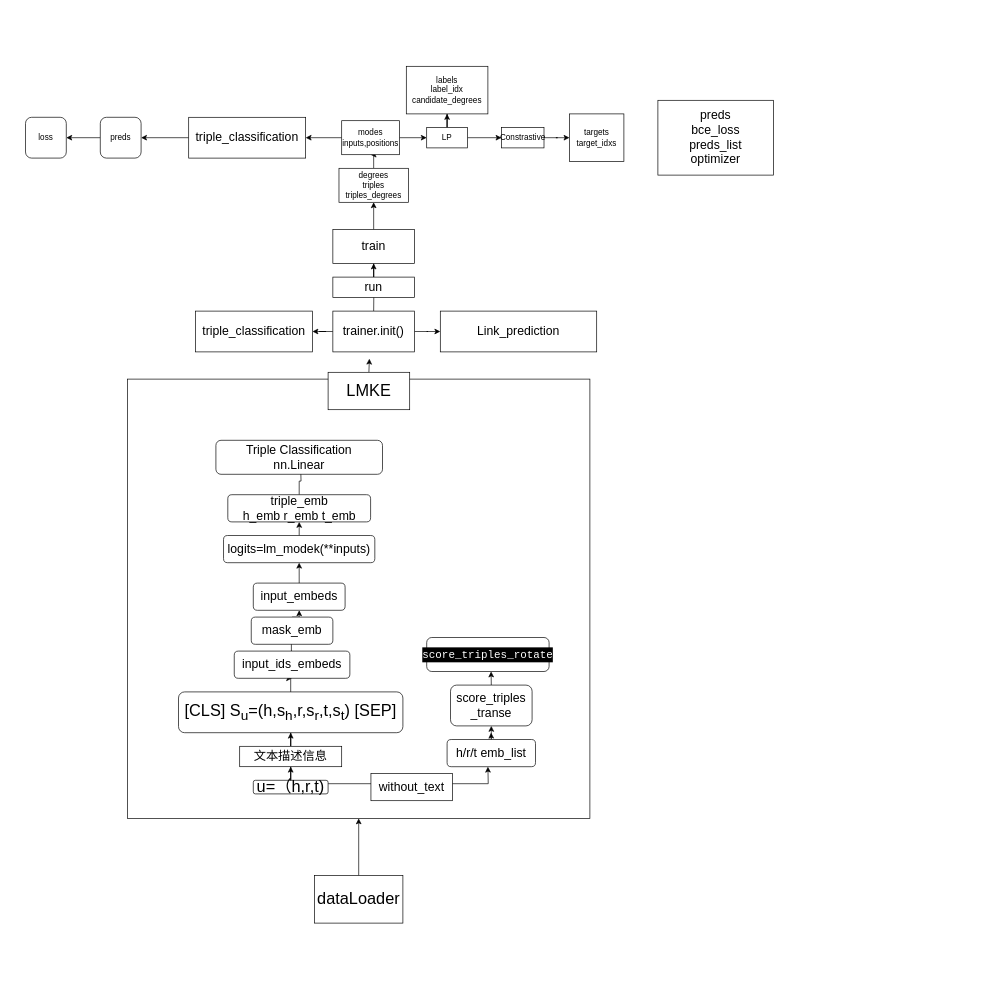
The draw.io diagram LMKE.drawio in pyddyp/dealPicture, before the edit. Source tidied: cells renumbered, new cells numbered last; positions are measured from the earlier drawing's top-left corner, leaving out a move shared by most shapes. Both pictures are drawn from the tidied source at 68%, with x=0, y=0 at pixel (25, 66).
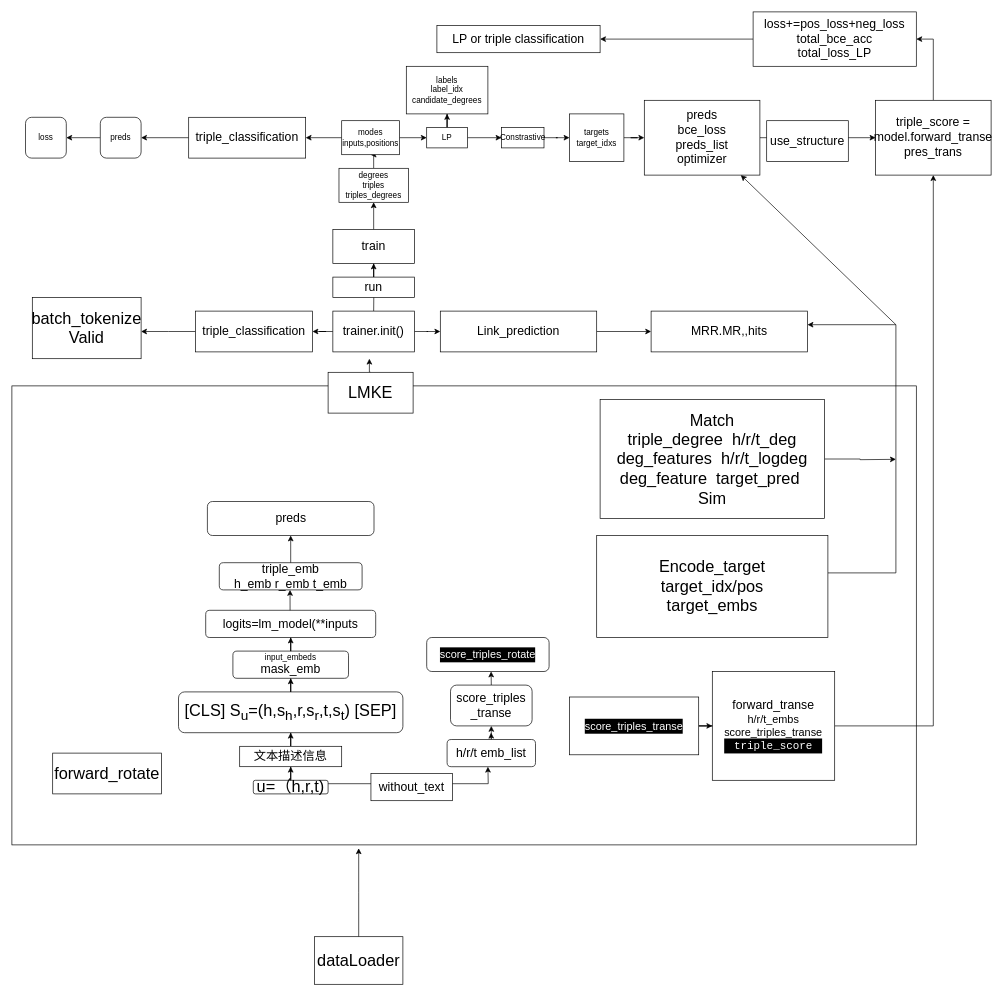
The same diagram, later.

Unchanged cells that the change refers to:
```xml
<mxCell id="34" value="targets&lt;br&gt;target_idxs" style="whiteSpace=wrap;html=1;rounded=0;" parent="1" vertex="1">
  <mxGeometry x="800" y="70" width="80" height="70" as="geometry" />
</mxCell>
<mxCell id="47" value="&lt;span style=&quot;font-size: 18px;&quot;&gt;triple_classification&lt;/span&gt;" style="rounded=0;whiteSpace=wrap;html=1;" parent="1" vertex="1">
  <mxGeometry x="250" y="360" width="172" height="60" as="geometry" />
</mxCell>
<mxCell id="48" value="&lt;span style=&quot;font-size: 18px;&quot;&gt;Link_prediction&lt;/span&gt;" style="rounded=0;whiteSpace=wrap;html=1;" parent="1" vertex="1">
  <mxGeometry x="610" y="360" width="230" height="60" as="geometry" />
</mxCell>
```

The edit, as a diff of the source:
```diff
@@
-    <mxCell id="2" style="rounded=0;whiteSpace=wrap;html=1;" parent="1" vertex="1">
-      <mxGeometry x="150" y="460" width="680" height="646" as="geometry" />
-    </mxCell>
+    <mxCell id="60" style="rounded=0;whiteSpace=wrap;html=1;" parent="1" vertex="1">
+      <mxGeometry x="-20" y="470" width="1330" height="675" as="geometry" />
+    </mxCell>
@@
-    <mxCell id="10" style="edgeStyle=orthogonalEdgeStyle;rounded=0;jettySize=auto;html=1;exitX=0.5;exitY=0;exitDx=0;exitDy=0;" parent="1" edge="1" source="11">
-      <mxGeometry relative="1" as="geometry">
-        <mxPoint x="391" y="830" as="targetPoint" />
-      </mxGeometry>
-    </mxCell>
-    <mxCell id="11" value="&lt;span style=&quot;font-size: 18px;&quot;&gt;input_ids_embeds&lt;/span&gt;" style="rounded=1;whiteSpace=wrap;html=1;" parent="1" vertex="1">
-      <mxGeometry x="307" y="860" width="170" height="40" as="geometry" />
+    <mxCell id="11" value="input_embeds&lt;br&gt;&lt;span style=&quot;font-size: 18px;&quot;&gt;mask_emb&lt;/span&gt;&lt;span style=&quot;font-size: 18px;&quot;&gt;&lt;br&gt;&lt;/span&gt;" style="rounded=1;whiteSpace=wrap;html=1;" parent="1" vertex="1">
+      <mxGeometry x="305" y="860" width="170" height="40" as="geometry" />
     </mxCell>
-    <mxCell id="12" style="edgeStyle=orthogonalEdgeStyle;rounded=0;jettySize=auto;html=1;exitX=0.5;exitY=0;exitDx=0;exitDy=0;entryX=0.5;entryY=1;entryDx=0;entryDy=0;" parent="1" edge="1" source="13" target="14">
-      <mxGeometry relative="1" as="geometry" />
-    </mxCell>
-    <mxCell id="13" value="&lt;font style=&quot;font-size: 18px;&quot;&gt;mask_emb&lt;/font&gt;" style="rounded=1;whiteSpace=wrap;html=1;" parent="1" vertex="1">
-      <mxGeometry x="332" y="810" width="120" height="40" as="geometry" />
-    </mxCell>
-    <mxCell id="14" value="&lt;font style=&quot;font-size: 18px;&quot;&gt;input_embeds&lt;/font&gt;" style="rounded=1;whiteSpace=wrap;html=1;" parent="1" vertex="1">
-      <mxGeometry x="335" y="760" width="135" height="40" as="geometry" />
-    </mxCell>
-    <mxCell id="15" style="edgeStyle=orthogonalEdgeStyle;rounded=0;jettySize=auto;html=1;" parent="1" edge="1" source="16" target="18">
-      <mxGeometry relative="1" as="geometry" />
-    </mxCell>
-    <mxCell id="16" value="&lt;font style=&quot;font-size: 18px;&quot;&gt;logits=lm_modek(**inputs)&lt;/font&gt;" style="rounded=1;whiteSpace=wrap;html=1;" parent="1" vertex="1">
-      <mxGeometry x="291.2" y="690" width="222.5" height="40" as="geometry" />
-    </mxCell>
-    <mxCell id="17" style="edgeStyle=orthogonalEdgeStyle;rounded=0;jettySize=auto;html=1;exitX=0.5;exitY=0;exitDx=0;exitDy=0;" parent="1" edge="1" source="18">
-      <mxGeometry relative="1" as="geometry">
-        <mxPoint x="404.7" y="590" as="targetPoint" />
-      </mxGeometry>
-    </mxCell>
     <mxCell id="18" value="&lt;font style=&quot;font-size: 18px;&quot;&gt;triple_emb&lt;br&gt;h_emb r_emb t_emb&lt;/font&gt;" style="rounded=1;whiteSpace=wrap;html=1;" parent="1" vertex="1">
-      <mxGeometry x="297.5" y="630" width="210" height="40" as="geometry" />
+      <mxGeometry x="285" y="730" width="210" height="40" as="geometry" />
     </mxCell>
-    <mxCell id="19" style="endArrow=classic;html=1;rounded=0;exitX=0.5;exitY=0;exitDx=0;exitDy=0;entryX=0.5;entryY=1;entryDx=0;entryDy=0;" parent="1" edge="1" source="14" target="16">
-      <mxGeometry relative="1" as="geometry" />
-    </mxCell>
-    <mxCell id="20" value="&lt;font style=&quot;font-size: 18px;&quot;&gt;Triple Classification&lt;br&gt;nn.Linear&lt;/font&gt;" style="rounded=1;whiteSpace=wrap;html=1;" parent="1" vertex="1">
-      <mxGeometry x="280" y="550" width="245" height="50" as="geometry" />
+    <mxCell id="20" value="&lt;span style=&quot;font-size: 18px;&quot;&gt;preds&lt;/span&gt;" style="rounded=1;whiteSpace=wrap;html=1;" parent="1" vertex="1">
+      <mxGeometry x="267.5" y="640" width="245" height="50" as="geometry" />
     </mxCell>
@@
-    <mxCell id="27" value="&lt;div style=&quot;color: rgb(255, 255, 255); background-color: rgb(0, 0, 0); font-family: Consolas, &amp;quot;Courier New&amp;quot;, monospace; font-size: 16px; line-height: 22px;&quot;&gt;score_triples_rotate&lt;/div&gt;" style="rounded=1;whiteSpace=wrap;html=1;" parent="1" vertex="1">
+    <mxCell id="27" value="&lt;div style=&quot;color: rgb(255, 255, 255); background-color: rgb(0, 0, 0); font-size: 16px; line-height: 22px;&quot;&gt;score_triples_rotate&lt;/div&gt;" style="rounded=1;whiteSpace=wrap;html=1;" parent="1" vertex="1">
       <mxGeometry x="590" y="840" width="180" height="50" as="geometry" />
     </mxCell>
@@
+    <mxCell id="61" style="edgeStyle=orthogonalEdgeStyle;rounded=0;jettySize=auto;html=1;" parent="1" edge="1" source="34" target="40">
+      <mxGeometry relative="1" as="geometry" />
+    </mxCell>
@@
     <mxCell id="39" value="&lt;font style=&quot;font-size: 24px;&quot;&gt;LMKE&lt;/font&gt;" style="rounded=0;whiteSpace=wrap;html=1;" parent="1" vertex="1">
-      <mxGeometry x="445" y="450" width="120" height="55" as="geometry" />
+      <mxGeometry x="445" y="450" width="125" height="60" as="geometry" />
     </mxCell>
+    <mxCell id="62" style="edgeStyle=orthogonalEdgeStyle;rounded=0;jettySize=auto;html=1;" parent="1" edge="1" source="40" target="74">
+      <mxGeometry relative="1" as="geometry" />
+    </mxCell>
     <mxCell id="40" value="&lt;font style=&quot;font-size: 18px;&quot;&gt;preds&lt;br&gt;bce_loss&lt;br&gt;preds_list&lt;br&gt;optimizer&lt;br&gt;&lt;/font&gt;" style="rounded=0;whiteSpace=wrap;html=1;" parent="1" vertex="1">
-      <mxGeometry x="930" y="50" width="170" height="110" as="geometry" />
+      <mxGeometry x="910" y="50" width="170" height="110" as="geometry" />
     </mxCell>
@@
-    <mxCell id="45" style="edgeStyle=orthogonalEdgeStyle;rounded=0;jettySize=auto;html=1;entryX=0.5;entryY=1;entryDx=0;entryDy=0;" parent="1" edge="1" source="46" target="2">
-      <mxGeometry relative="1" as="geometry" />
+    <mxCell id="45" style="edgeStyle=orthogonalEdgeStyle;rounded=0;jettySize=auto;html=1;" parent="1" edge="1" source="46">
+      <mxGeometry relative="1" as="geometry">
+        <mxPoint x="490" y="1150" as="targetPoint" />
+      </mxGeometry>
     </mxCell>
     <mxCell id="46" value="&lt;font style=&quot;font-size: 24px;&quot;&gt;dataLoader&lt;/font&gt;" style="rounded=0;whiteSpace=wrap;html=1;" parent="1" vertex="1">
-      <mxGeometry x="425" y="1190" width="130" height="70" as="geometry" />
+      <mxGeometry x="425" y="1280" width="130" height="70" as="geometry" />
     </mxCell>
+    <mxCell id="63" style="edgeStyle=orthogonalEdgeStyle;rounded=0;jettySize=auto;html=1;" parent="1" edge="1" source="47">
+      <mxGeometry relative="1" as="geometry">
+        <mxPoint x="170" y="390" as="targetPoint" />
+      </mxGeometry>
+    </mxCell>
@@
+    <mxCell id="64" style="edgeStyle=orthogonalEdgeStyle;rounded=0;jettySize=auto;html=1;" parent="1" edge="1" source="48" target="69">
+      <mxGeometry relative="1" as="geometry" />
+    </mxCell>
@@
+    <mxCell id="65" style="edgeStyle=orthogonalEdgeStyle;rounded=0;jettySize=auto;html=1;" parent="1" edge="1" source="66" target="67">
+      <mxGeometry relative="1" as="geometry" />
+    </mxCell>
+    <mxCell id="66" value="&lt;font style=&quot;font-size: 18px;&quot;&gt;loss+=pos_loss+neg_loss&lt;br&gt;total_bce_acc&lt;br&gt;total_loss_LP&lt;br&gt;&lt;/font&gt;" style="rounded=0;whiteSpace=wrap;html=1;" parent="1" vertex="1">
+      <mxGeometry x="1070" y="-80" width="240" height="80" as="geometry" />
+    </mxCell>
+    <mxCell id="67" value="&lt;font style=&quot;font-size: 18px;&quot;&gt;LP or triple classification&lt;br&gt;&lt;/font&gt;" style="rounded=0;whiteSpace=wrap;html=1;" parent="1" vertex="1">
+      <mxGeometry x="605" y="-60" width="240" height="40" as="geometry" />
+    </mxCell>
+    <mxCell id="68" value="&lt;font style=&quot;&quot;&gt;&lt;div style=&quot;font-size: 16px; color: rgb(255, 255, 255); background-color: rgb(0, 0, 0); font-family: Consolas, &amp;quot;Courier New&amp;quot;, monospace; line-height: 22px;&quot;&gt;&lt;/div&gt;&lt;span style=&quot;font-size: 24px;&quot;&gt;batch_tokenize&lt;br&gt;Valid&lt;/span&gt;&lt;/font&gt;" style="whiteSpace=wrap;html=1;" parent="1" vertex="1">
+      <mxGeometry x="10" y="340" width="160" height="90" as="geometry" />
+    </mxCell>
+    <mxCell id="69" value="&lt;span style=&quot;font-size: 18px;&quot;&gt;MRR.MR,,hits&lt;/span&gt;" style="rounded=0;whiteSpace=wrap;html=1;" parent="1" vertex="1">
+      <mxGeometry x="920" y="360" width="230" height="60" as="geometry" />
+    </mxCell>
+    <mxCell id="70" style="edgeStyle=orthogonalEdgeStyle;rounded=0;jettySize=auto;html=1;" parent="1" edge="1" source="11" target="14">
+      <mxGeometry relative="1" as="geometry" />
+    </mxCell>
+    <mxCell id="14" value="&lt;span style=&quot;font-size: 18px;&quot;&gt;logits=lm_model(**inputs&lt;/span&gt;" style="rounded=1;whiteSpace=wrap;html=1;" parent="1" vertex="1">
+      <mxGeometry x="265" y="800" width="250" height="40" as="geometry" />
+    </mxCell>
+    <mxCell id="71" style="endArrow=classic;html=1;rounded=0;" parent="1" edge="1">
+      <mxGeometry relative="1" as="geometry">
+        <mxPoint x="389.1" y="800" as="sourcePoint" />
+        <mxPoint x="389" y="770" as="targetPoint" />
+      </mxGeometry>
+    </mxCell>
+    <mxCell id="72" style="endArrow=classic;html=1;rounded=0;exitX=0.5;exitY=0;exitDx=0;exitDy=0;" parent="1" edge="1" source="18">
+      <mxGeometry relative="1" as="geometry">
+        <mxPoint x="390" y="690" as="targetPoint" />
+      </mxGeometry>
+    </mxCell>
+    <mxCell id="73" style="edgeStyle=orthogonalEdgeStyle;rounded=0;jettySize=auto;html=1;entryX=1;entryY=0.5;entryDx=0;entryDy=0;fontFamily=Helvetica;fontSize=12;fontColor=default;" parent="1" edge="1" source="74" target="66">
+      <mxGeometry relative="1" as="geometry" />
+    </mxCell>
+    <mxCell id="74" value="&lt;font style=&quot;font-size: 18px;&quot;&gt;&lt;div style=&quot;&quot;&gt;triple_score = model.forward_transe&lt;/div&gt;&lt;div style=&quot;&quot;&gt;pres_trans&lt;/div&gt;&lt;/font&gt;" style="rounded=0;whiteSpace=wrap;html=1;" parent="1" vertex="1">
+      <mxGeometry x="1250" y="50" width="170" height="110" as="geometry" />
+    </mxCell>
+    <mxCell id="75" value="&lt;font style=&quot;font-size: 18px;&quot;&gt;use_structure&lt;/font&gt;" style="rounded=0;whiteSpace=wrap;html=1;" parent="1" vertex="1">
+      <mxGeometry x="1090" y="80" width="120" height="60" as="geometry" />
+    </mxCell>
+    <mxCell id="76" style="edgeStyle=orthogonalEdgeStyle;rounded=0;jettySize=auto;html=1;fontFamily=Helvetica;fontSize=12;fontColor=default;" parent="1" edge="1" source="77" target="74">
+      <mxGeometry relative="1" as="geometry" />
+    </mxCell>
+    <mxCell id="77" value="&lt;div&gt;&lt;font style=&quot;font-size: 18px;&quot;&gt;forward_transe&lt;/font&gt;&lt;/div&gt;&lt;div&gt;&lt;font size=&quot;3&quot;&gt;h/r/t_embs&lt;/font&gt;&lt;/div&gt;&lt;div&gt;&lt;font size=&quot;3&quot;&gt;score_triples_transe&lt;/font&gt;&lt;/div&gt;&lt;div&gt;&lt;div style=&quot;color: rgb(255, 255, 255); background-color: rgb(0, 0, 0); font-family: Consolas, &amp;quot;Courier New&amp;quot;, monospace; font-size: 16px; line-height: 22px;&quot;&gt;triple_score&lt;/div&gt;&lt;/div&gt;" style="rounded=0;whiteSpace=wrap;html=1;" parent="1" vertex="1">
+      <mxGeometry x="1010" y="890" width="180" height="160" as="geometry" />
+    </mxCell>
+    <mxCell id="78" style="edgeStyle=orthogonalEdgeStyle;rounded=0;jettySize=auto;html=1;fontFamily=Helvetica;fontSize=12;fontColor=default;" parent="1" edge="1" source="79" target="77">
+      <mxGeometry relative="1" as="geometry" />
+    </mxCell>
+    <mxCell id="79" value="&lt;div style=&quot;color: rgb(255, 255, 255); background-color: rgb(0, 0, 0); font-size: 16px; line-height: 22px;&quot;&gt;score_triples_transe&lt;/div&gt;" style="rounded=0;whiteSpace=wrap;html=1;strokeColor=default;fontFamily=Helvetica;fontSize=12;fontColor=default;fillColor=default;" parent="1" vertex="1">
+      <mxGeometry x="800" y="927.5" width="190" height="85" as="geometry" />
+    </mxCell>
+    <mxCell id="80" value="&lt;font style=&quot;font-size: 24px;&quot;&gt;forward_rotate&lt;/font&gt;" style="rounded=0;whiteSpace=wrap;html=1;strokeColor=default;fontFamily=Helvetica;fontSize=12;fontColor=default;fillColor=default;" parent="1" vertex="1">
+      <mxGeometry x="40" y="1010" width="160" height="60" as="geometry" />
+    </mxCell>
+    <mxCell id="81" style="edgeStyle=orthogonalEdgeStyle;rounded=0;jettySize=auto;html=1;fontFamily=Helvetica;fontSize=12;fontColor=default;" parent="1" edge="1" source="82" target="69">
+      <mxGeometry relative="1" as="geometry">
+        <Array as="points">
+          <mxPoint x="1280" y="745" />
+          <mxPoint x="1280" y="380" />
+        </Array>
+      </mxGeometry>
+    </mxCell>
+    <mxCell id="82" value="&lt;font style=&quot;font-size: 24px;&quot;&gt;Encode_target&lt;br&gt;target_idx/pos&lt;br&gt;target_embs&lt;br&gt;&lt;/font&gt;" style="rounded=0;whiteSpace=wrap;html=1;strokeColor=default;fontFamily=Helvetica;fontSize=12;fontColor=default;fillColor=default;" parent="1" vertex="1">
+      <mxGeometry x="840" y="690" width="340" height="150" as="geometry" />
+    </mxCell>
+    <mxCell id="83" style="edgeStyle=orthogonalEdgeStyle;rounded=0;jettySize=auto;html=1;fontFamily=Helvetica;fontSize=12;fontColor=default;" parent="1" edge="1" source="84">
+      <mxGeometry relative="1" as="geometry">
+        <mxPoint x="1280" y="578" as="targetPoint" />
+      </mxGeometry>
+    </mxCell>
+    <mxCell id="84" value="&lt;font style=&quot;&quot;&gt;&lt;font style=&quot;font-size: 24px;&quot;&gt;&lt;font style=&quot;&quot;&gt;Match&lt;br&gt;triple_degree&amp;nbsp; h/r/t_deg deg_features&amp;nbsp; h/r/t_logdeg&lt;br&gt;&lt;/font&gt;deg_feature&amp;nbsp; target_pred&amp;nbsp;&lt;br&gt;Sim&lt;/font&gt;&lt;br&gt;&lt;/font&gt;" style="rounded=0;whiteSpace=wrap;html=1;strokeColor=default;fontFamily=Helvetica;fontSize=12;fontColor=default;fillColor=default;" parent="1" vertex="1">
+      <mxGeometry x="845" y="490" width="330" height="175" as="geometry" />
+    </mxCell>
+    <mxCell id="85" style="endArrow=classic;html=1;rounded=0;fontFamily=Helvetica;fontSize=12;fontColor=default;" parent="1" edge="1" target="40">
+      <mxGeometry relative="1" as="geometry">
+        <mxPoint x="1280" y="380" as="sourcePoint" />
+      </mxGeometry>
+    </mxCell>
```
